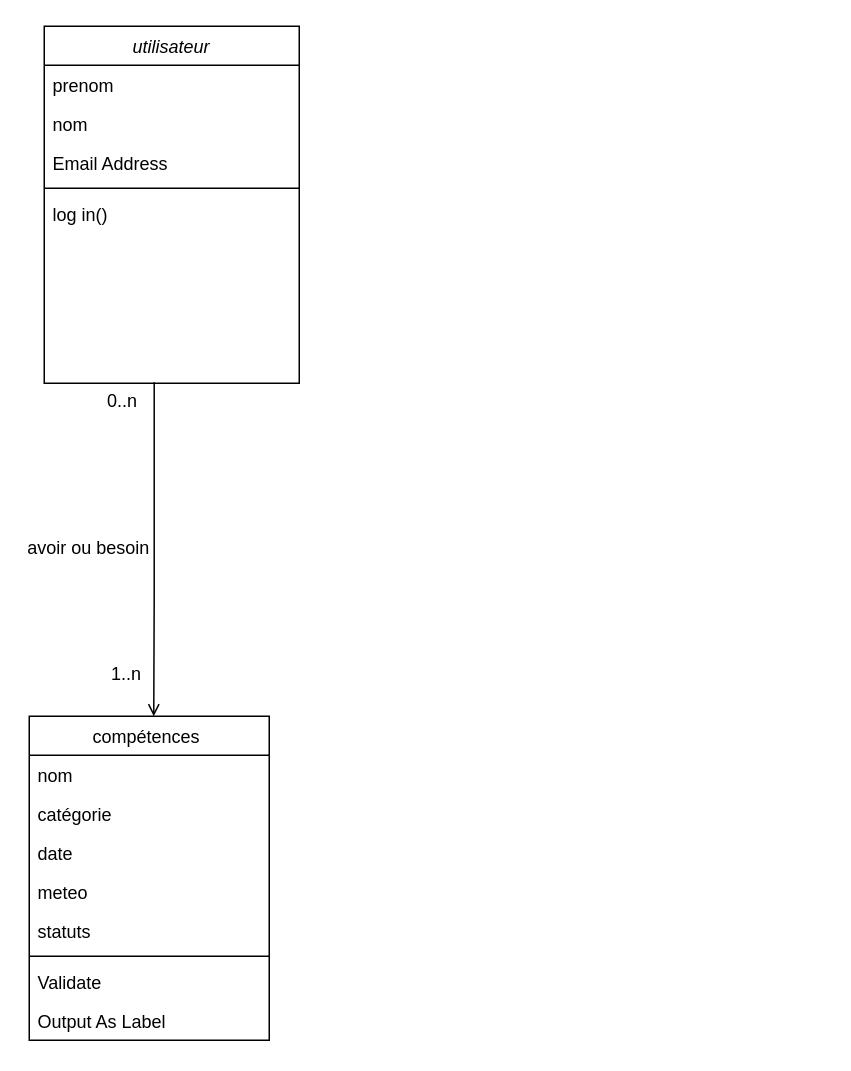
Before: Docs/Diagramme  classe.drawio in SHATAJV/echange_competences, a draw.io diagram. Source tidied: cells renumbered, new cells numbered last; positions are measured from the earlier drawing's top-left corner, leaving out a move shared by most shapes. Both pictures are drawn from the tidied source at 150%, with x=0, y=0 at pixel (28, 26).
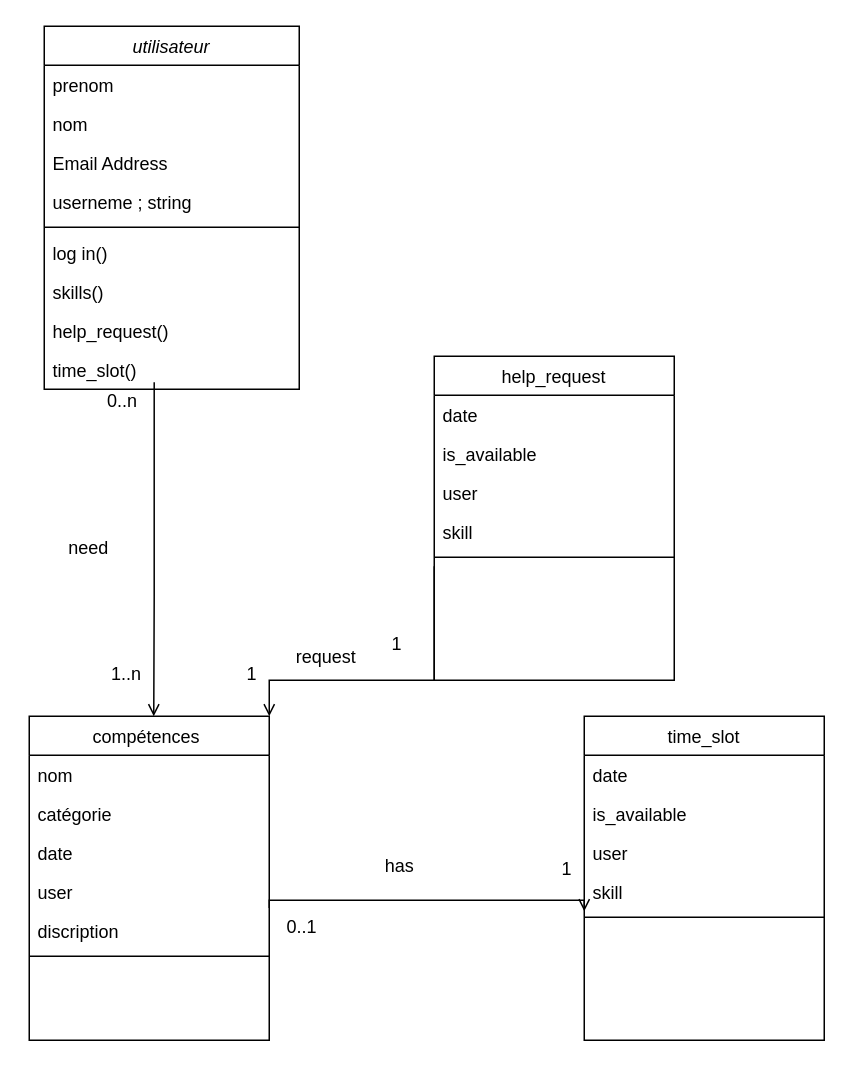
After the change.

Commit message:
Mettre à jour Diagramme  classe.drawio

The change refers to these unchanged cells:
```xml
<mxCell id="8" value="compétences " style="swimlane;fontStyle=0;align=center;verticalAlign=top;horizontal=1;startSize=26;rounded=0;shadow=0;strokeWidth=1;" parent="1" vertex="1">
  <mxGeometry y="460" width="160" height="216" as="geometry" />
</mxCell>
<mxCell id="17" style="endArrow=open;shadow=0;strokeWidth=1;rounded=0;curved=0;endFill=1;edgeStyle=elbowEdgeStyle;elbow=vertical;exitX=0.708;exitY=1.054;exitDx=0;exitDy=0;exitPerimeter=0;" parent="1" edge="1" target="8">
  <mxGeometry x="0.5" y="41" relative="1" as="geometry">
    <mxPoint x="83.3" y="237.4" as="sourcePoint" />
    <Array as="points">
      <mxPoint x="83" y="380" />
    </Array>
    <mxPoint x="-40" y="32" as="offset" />
  </mxGeometry>
</mxCell>
```

The edit, as a diff of the source:
```diff
@@
     <mxCell id="2" value="utilisateur" style="swimlane;fontStyle=2;align=center;verticalAlign=top;horizontal=1;startSize=26;rounded=0;shadow=0;strokeWidth=1;" parent="1" vertex="1">
-      <mxGeometry x="10" width="170" height="238" as="geometry" />
+      <mxGeometry x="10" width="170" height="242" as="geometry" />
     </mxCell>
@@
+    <mxCell id="21" value="userneme ; string " style="text;align=left;verticalAlign=top;spacingLeft=4;spacingRight=4;overflow=hidden;" parent="2" vertex="1">
+      <mxGeometry y="104" width="170" height="26" as="geometry" />
+    </mxCell>
     <mxCell id="6" style="line;html=1;strokeWidth=1;align=left;verticalAlign=middle;spacingTop=-1;spacingLeft=3;spacingRight=3;labelPosition=right;" parent="2" vertex="1">
-      <mxGeometry y="104" width="170" height="8" as="geometry" />
+      <mxGeometry y="130" width="170" height="8" as="geometry" />
     </mxCell>
     <mxCell id="7" value="log in()" style="text;align=left;verticalAlign=top;spacingLeft=4;spacingRight=4;overflow=hidden;" parent="2" vertex="1">
-      <mxGeometry y="112" width="170" height="26" as="geometry" />
+      <mxGeometry y="138" width="170" height="26" as="geometry" />
     </mxCell>
+    <mxCell id="22" value="skills()" style="text;align=left;verticalAlign=top;spacingLeft=4;spacingRight=4;overflow=hidden;" parent="2" vertex="1">
+      <mxGeometry y="164" width="170" height="26" as="geometry" />
+    </mxCell>
+    <mxCell id="23" value="help_request()" style="text;align=left;verticalAlign=top;spacingLeft=4;spacingRight=4;overflow=hidden;" parent="2" vertex="1">
+      <mxGeometry y="190" width="170" height="26" as="geometry" />
+    </mxCell>
+    <mxCell id="24" value="time_slot()" style="text;align=left;verticalAlign=top;spacingLeft=4;spacingRight=4;overflow=hidden;" parent="2" vertex="1">
+      <mxGeometry y="216" width="170" height="26" as="geometry" />
+    </mxCell>
@@
-    <mxCell id="12" value="meteo" style="text;align=left;verticalAlign=top;spacingLeft=4;spacingRight=4;overflow=hidden;rounded=0;shadow=0;html=0;" parent="8" vertex="1">
+    <mxCell id="12" value="user" style="text;align=left;verticalAlign=top;spacingLeft=4;spacingRight=4;overflow=hidden;rounded=0;shadow=0;html=0;" parent="8" vertex="1">
       <mxGeometry y="104" width="160" height="26" as="geometry" />
     </mxCell>
-    <mxCell id="13" value="statuts" style="text;align=left;verticalAlign=top;spacingLeft=4;spacingRight=4;overflow=hidden;points=[[0,0.5],[1,0.5]];portConstraint=eastwest;rounded=0;shadow=0;html=0;" parent="8" vertex="1">
+    <mxCell id="13" value="discription" style="text;align=left;verticalAlign=top;spacingLeft=4;spacingRight=4;overflow=hidden;points=[[0,0.5],[1,0.5]];portConstraint=eastwest;rounded=0;shadow=0;html=0;" parent="8" vertex="1">
       <mxGeometry y="130" width="160" height="26" as="geometry" />
     </mxCell>
@@
-    <mxCell id="15" value="Validate" style="text;align=left;verticalAlign=top;spacingLeft=4;spacingRight=4;overflow=hidden;" parent="8" vertex="1">
-      <mxGeometry y="164" width="160" height="26" as="geometry" />
-    </mxCell>
-    <mxCell id="16" value="Output As Label" style="text;align=left;verticalAlign=top;spacingLeft=4;spacingRight=4;overflow=hidden;" parent="8" vertex="1">
-      <mxGeometry y="190" width="160" height="26" as="geometry" />
-    </mxCell>
@@
-    <mxCell id="20" value="avoir ou besoin&amp;nbsp;" style="text;html=1;align=center;verticalAlign=middle;labelBackgroundColor=none;rounded=0;shadow=0;strokeWidth=1;fontSize=12;" parent="17" vertex="1">
+    <mxCell id="20" value="need&amp;nbsp;" style="text;html=1;align=center;verticalAlign=middle;labelBackgroundColor=none;rounded=0;shadow=0;strokeWidth=1;fontSize=12;" parent="17" vertex="1">
       <mxGeometry x="0.5" y="49" relative="1" as="geometry">
         <mxPoint x="-92" y="-57" as="offset" />
       </mxGeometry>
     </mxCell>
+    <mxCell id="25" value="time_slot" style="swimlane;fontStyle=0;align=center;verticalAlign=top;horizontal=1;startSize=26;rounded=0;shadow=0;strokeWidth=1;" parent="1" vertex="1">
+      <mxGeometry x="370" y="460" width="160" height="216" as="geometry" />
+    </mxCell>
+    <mxCell id="26" value="date " style="text;align=left;verticalAlign=top;spacingLeft=4;spacingRight=4;overflow=hidden;" parent="25" vertex="1">
+      <mxGeometry y="26" width="160" height="26" as="geometry" />
+    </mxCell>
+    <mxCell id="27" value="is_available" style="text;align=left;verticalAlign=top;spacingLeft=4;spacingRight=4;overflow=hidden;rounded=0;shadow=0;html=0;" parent="25" vertex="1">
+      <mxGeometry y="52" width="160" height="26" as="geometry" />
+    </mxCell>
+    <mxCell id="28" value="user" style="text;align=left;verticalAlign=top;spacingLeft=4;spacingRight=4;overflow=hidden;rounded=0;shadow=0;html=0;" parent="25" vertex="1">
+      <mxGeometry y="78" width="160" height="26" as="geometry" />
+    </mxCell>
+    <mxCell id="29" value="skill" style="text;align=left;verticalAlign=top;spacingLeft=4;spacingRight=4;overflow=hidden;rounded=0;shadow=0;html=0;" parent="25" vertex="1">
+      <mxGeometry y="104" width="160" height="26" as="geometry" />
+    </mxCell>
+    <mxCell id="30" style="line;html=1;strokeWidth=1;align=left;verticalAlign=middle;spacingTop=-1;spacingLeft=3;spacingRight=3;labelPosition=right;" parent="25" vertex="1">
+      <mxGeometry y="130" width="160" height="8" as="geometry" />
+    </mxCell>
+    <mxCell id="31" style="endArrow=open;shadow=0;strokeWidth=1;rounded=0;curved=0;endFill=1;edgeStyle=elbowEdgeStyle;elbow=vertical;exitX=1;exitY=-0.085;exitDx=0;exitDy=0;exitPerimeter=0;" parent="1" edge="1" source="13">
+      <mxGeometry x="0.5" y="41" relative="1" as="geometry">
+        <mxPoint x="370" y="590" as="targetPoint" />
+        <Array as="points">
+          <mxPoint x="240" y="582.6" />
+        </Array>
+        <mxPoint x="-40" y="32" as="offset" />
+      </mxGeometry>
+    </mxCell>
+    <mxCell id="32" value="0..1" style="align=left;verticalAlign=bottom;labelBackgroundColor=none;fontSize=12;" parent="31" vertex="1">
+      <mxGeometry x="-1" relative="1" as="geometry">
+        <mxPoint x="10" y="21" as="offset" />
+      </mxGeometry>
+    </mxCell>
+    <mxCell id="33" value="1" style="align=right;verticalAlign=bottom;labelBackgroundColor=none;fontSize=12;" parent="31" vertex="1">
+      <mxGeometry x="1" relative="1" as="geometry">
+        <mxPoint x="-7" y="-20" as="offset" />
+      </mxGeometry>
+    </mxCell>
+    <mxCell id="34" value="has&amp;nbsp;&amp;nbsp;" style="text;html=1;align=center;verticalAlign=middle;labelBackgroundColor=none;rounded=0;shadow=0;strokeWidth=1;fontSize=12;" parent="31" vertex="1">
+      <mxGeometry x="0.5" y="49" relative="1" as="geometry">
+        <mxPoint x="-72" y="26" as="offset" />
+      </mxGeometry>
+    </mxCell>
+    <mxCell id="35" value="help_request" style="swimlane;fontStyle=0;align=center;verticalAlign=top;horizontal=1;startSize=26;rounded=0;shadow=0;strokeWidth=1;" parent="1" vertex="1">
+      <mxGeometry x="270" y="220" width="160" height="216" as="geometry" />
+    </mxCell>
+    <mxCell id="36" value="date " style="text;align=left;verticalAlign=top;spacingLeft=4;spacingRight=4;overflow=hidden;" parent="35" vertex="1">
+      <mxGeometry y="26" width="160" height="26" as="geometry" />
+    </mxCell>
+    <mxCell id="37" value="is_available" style="text;align=left;verticalAlign=top;spacingLeft=4;spacingRight=4;overflow=hidden;rounded=0;shadow=0;html=0;" parent="35" vertex="1">
+      <mxGeometry y="52" width="160" height="26" as="geometry" />
+    </mxCell>
+    <mxCell id="38" value="user" style="text;align=left;verticalAlign=top;spacingLeft=4;spacingRight=4;overflow=hidden;rounded=0;shadow=0;html=0;" parent="35" vertex="1">
+      <mxGeometry y="78" width="160" height="26" as="geometry" />
+    </mxCell>
+    <mxCell id="39" value="skill" style="text;align=left;verticalAlign=top;spacingLeft=4;spacingRight=4;overflow=hidden;rounded=0;shadow=0;html=0;" parent="35" vertex="1">
+      <mxGeometry y="104" width="160" height="26" as="geometry" />
+    </mxCell>
+    <mxCell id="40" style="line;html=1;strokeWidth=1;align=left;verticalAlign=middle;spacingTop=-1;spacingLeft=3;spacingRight=3;labelPosition=right;" parent="35" vertex="1">
+      <mxGeometry y="130" width="160" height="8" as="geometry" />
+    </mxCell>
+    <mxCell id="41" style="endArrow=open;shadow=0;strokeWidth=1;rounded=0;curved=0;endFill=1;edgeStyle=elbowEdgeStyle;elbow=vertical;entryX=1;entryY=0;entryDx=0;entryDy=0;" parent="1" edge="1" target="8">
+      <mxGeometry x="0.5" y="41" relative="1" as="geometry">
+        <mxPoint x="270" y="360" as="sourcePoint" />
+        <Array as="points">
+          <mxPoint x="254" y="436" />
+        </Array>
+        <mxPoint x="-40" y="32" as="offset" />
+      </mxGeometry>
+    </mxCell>
+    <mxCell id="42" value="1" style="align=left;verticalAlign=bottom;labelBackgroundColor=none;fontSize=12;" parent="41" vertex="1">
+      <mxGeometry x="-1" relative="1" as="geometry">
+        <mxPoint x="-30" y="60" as="offset" />
+      </mxGeometry>
+    </mxCell>
+    <mxCell id="43" value="1" style="align=right;verticalAlign=bottom;labelBackgroundColor=none;fontSize=12;" parent="41" vertex="1">
+      <mxGeometry x="1" relative="1" as="geometry">
+        <mxPoint x="-7" y="-20" as="offset" />
+      </mxGeometry>
+    </mxCell>
+    <mxCell id="44" value="request&amp;nbsp;&amp;nbsp;" style="text;html=1;align=center;verticalAlign=middle;labelBackgroundColor=none;rounded=0;shadow=0;strokeWidth=1;fontSize=12;" parent="41" vertex="1">
+      <mxGeometry x="0.5" y="49" relative="1" as="geometry">
+        <mxPoint x="12" y="-65" as="offset" />
+      </mxGeometry>
+    </mxCell>
```
